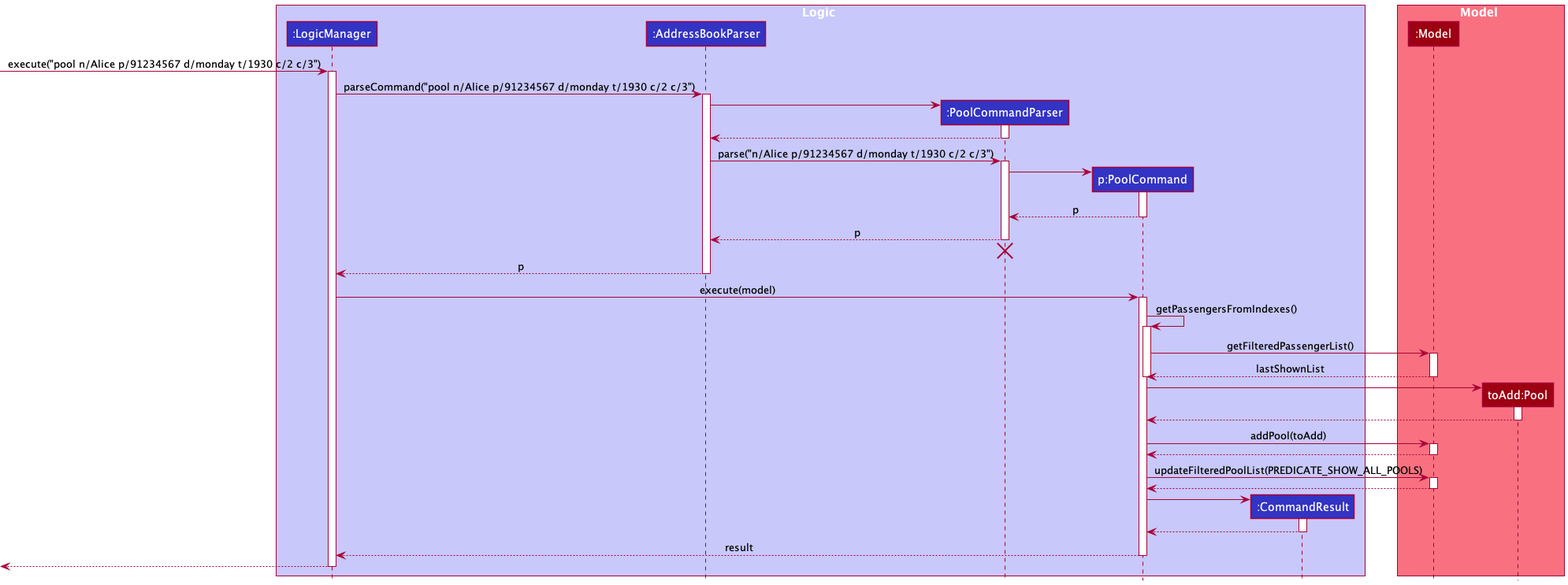
Earlier version of the PlantUML export docs/images/PoolSequenceDiagram.png (nus-cs2103-AY2021S2/tp).
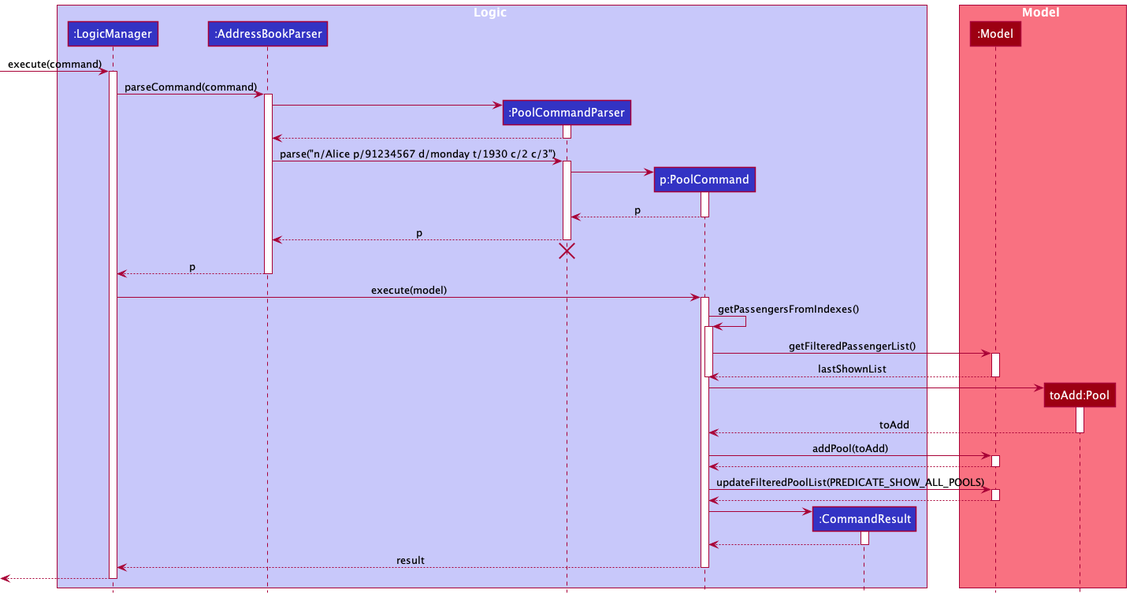
The same file after the commit.

Commit message:
Add pool activity diagram and update DG pool section

The edit, as a diff of the source:
```diff
@@ -14,10 +14,10 @@
 participant "toAdd:Pool" as Pool MODEL_COLOR
 end box
 
-[-> LogicManager : execute("pool n/Alice p/91234567 d/monday t/1930 c/2 c/3")
+[-> LogicManager : execute(command)
 activate LogicManager
 
-LogicManager -> AddressBookParser : parseCommand("pool n/Alice p/91234567 d/monday t/1930 c/2 c/3")
+LogicManager -> AddressBookParser : parseCommand(command)
 activate AddressBookParser
 
 create PoolCommandParser
@@ -61,7 +61,7 @@
 create Pool
 PoolCommand -> Pool
 activate Pool
-Pool --> PoolCommand
+Pool --> PoolCommand : toAdd
 deactivate Pool
 
 PoolCommand -> Model : addPool(toAdd)
```
